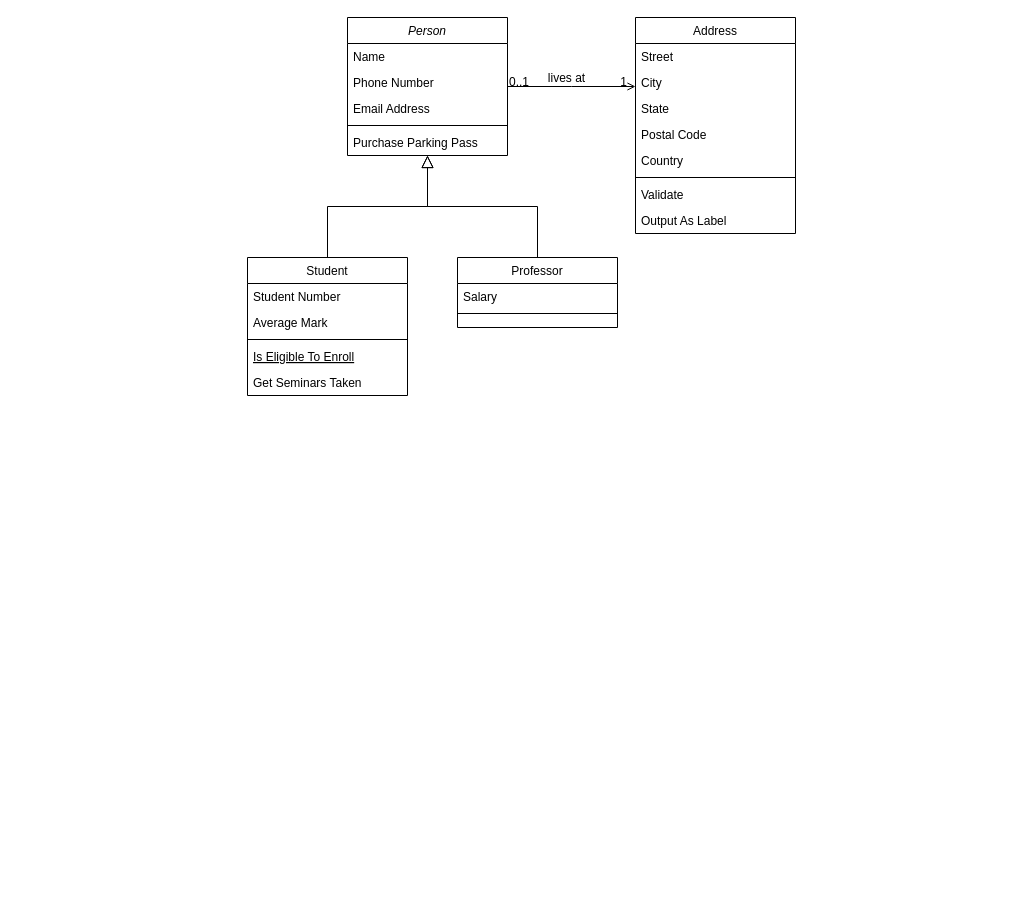
Earlier version of the draw.io diagram Diagramme sans nom.drawio (ThibaultMariePro/GMST-TODO). Source tidied: cells renumbered, new cells numbered last; positions are measured from the earlier drawing's top-left corner, leaving out a move shared by most shapes. Both pictures are drawn from the tidied source at 100%, with x=0, y=0 at pixel (247, 17).
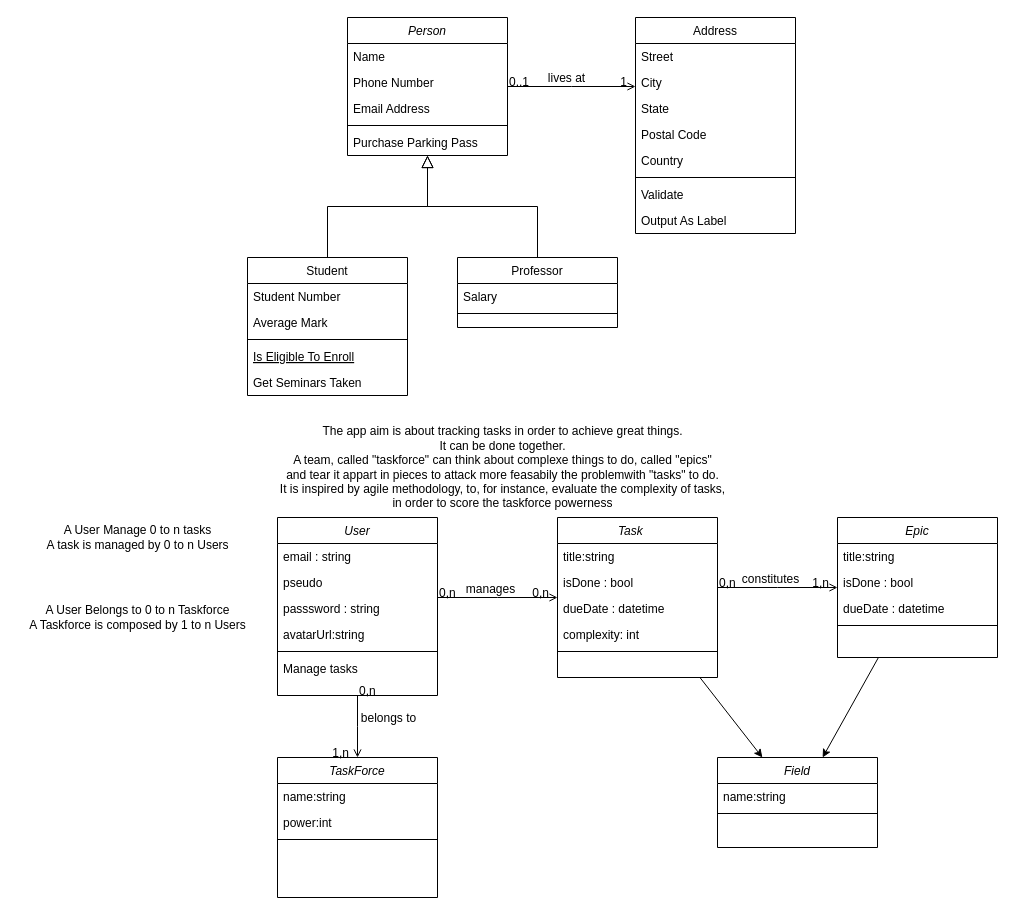
The same diagram, later.

What changed in the source:
```diff
@@
+    <mxCell id="32" value="User" style="swimlane;fontStyle=2;align=center;verticalAlign=top;horizontal=1;startSize=26;rounded=0;shadow=0;strokeWidth=1;" parent="1" vertex="1">
+      <mxGeometry x="30" y="500" width="160" height="178" as="geometry" />
+    </mxCell>
+    <mxCell id="33" value="email : string" style="text;align=left;verticalAlign=top;spacingLeft=4;spacingRight=4;overflow=hidden;" parent="32" vertex="1">
+      <mxGeometry y="26" width="160" height="26" as="geometry" />
+    </mxCell>
+    <mxCell id="34" value="pseudo" style="text;align=left;verticalAlign=top;spacingLeft=4;spacingRight=4;overflow=hidden;rounded=0;shadow=0;html=0;" parent="32" vertex="1">
+      <mxGeometry y="52" width="160" height="26" as="geometry" />
+    </mxCell>
+    <mxCell id="35" value="passsword : string" style="text;align=left;verticalAlign=top;spacingLeft=4;spacingRight=4;overflow=hidden;rounded=0;shadow=0;html=0;" parent="32" vertex="1">
+      <mxGeometry y="78" width="160" height="26" as="geometry" />
+    </mxCell>
+    <mxCell id="36" value="avatarUrl:string" style="text;align=left;verticalAlign=top;spacingLeft=4;spacingRight=4;overflow=hidden;rounded=0;shadow=0;html=0;" parent="32" vertex="1">
+      <mxGeometry y="104" width="160" height="26" as="geometry" />
+    </mxCell>
+    <mxCell id="37" style="line;html=1;strokeWidth=1;align=left;verticalAlign=middle;spacingTop=-1;spacingLeft=3;spacingRight=3;labelPosition=right;" parent="32" vertex="1">
+      <mxGeometry y="130" width="160" height="8" as="geometry" />
+    </mxCell>
+    <mxCell id="38" value="Manage tasks" style="text;align=left;verticalAlign=top;spacingLeft=4;spacingRight=4;overflow=hidden;" parent="32" vertex="1">
+      <mxGeometry y="138" width="160" height="26" as="geometry" />
+    </mxCell>
+    <mxCell id="39" value="Task    " style="swimlane;fontStyle=2;align=center;verticalAlign=top;horizontal=1;startSize=26;rounded=0;shadow=0;strokeWidth=1;" parent="1" vertex="1">
+      <mxGeometry x="310" y="500" width="160" height="160" as="geometry" />
+    </mxCell>
+    <mxCell id="40" value="title:string        " style="text;align=left;verticalAlign=top;spacingLeft=4;spacingRight=4;overflow=hidden;" parent="39" vertex="1">
+      <mxGeometry y="26" width="160" height="26" as="geometry" />
+    </mxCell>
+    <mxCell id="41" value="isDone : bool" style="text;align=left;verticalAlign=top;spacingLeft=4;spacingRight=4;overflow=hidden;rounded=0;shadow=0;html=0;" parent="39" vertex="1">
+      <mxGeometry y="52" width="160" height="26" as="geometry" />
+    </mxCell>
+    <mxCell id="42" value="dueDate : datetime" style="text;align=left;verticalAlign=top;spacingLeft=4;spacingRight=4;overflow=hidden;rounded=0;shadow=0;html=0;" parent="39" vertex="1">
+      <mxGeometry y="78" width="160" height="26" as="geometry" />
+    </mxCell>
+    <mxCell id="43" value="complexity: int" style="text;align=left;verticalAlign=top;spacingLeft=4;spacingRight=4;overflow=hidden;rounded=0;shadow=0;html=0;" parent="39" vertex="1">
+      <mxGeometry y="104" width="160" height="26" as="geometry" />
+    </mxCell>
+    <mxCell id="44" style="line;html=1;strokeWidth=1;align=left;verticalAlign=middle;spacingTop=-1;spacingLeft=3;spacingRight=3;labelPosition=right;" parent="39" vertex="1">
+      <mxGeometry y="130" width="160" height="8" as="geometry" />
+    </mxCell>
+    <mxCell id="45" style="endArrow=open;shadow=0;strokeWidth=1;rounded=0;endFill=1;edgeStyle=elbowEdgeStyle;elbow=vertical;" parent="1" edge="1" source="32" target="39">
+      <mxGeometry x="0.5" y="41" relative="1" as="geometry">
+        <mxPoint x="-40" y="32" as="offset" />
+      </mxGeometry>
+    </mxCell>
+    <mxCell id="46" value="0,n" style="align=left;verticalAlign=bottom;labelBackgroundColor=none;fontSize=12;" parent="45" vertex="1">
+      <mxGeometry x="-1" relative="1" as="geometry">
+        <mxPoint y="4" as="offset" />
+      </mxGeometry>
+    </mxCell>
+    <mxCell id="47" value="0,n" style="align=right;verticalAlign=bottom;labelBackgroundColor=none;fontSize=12;" parent="45" vertex="1">
+      <mxGeometry x="1" relative="1" as="geometry">
+        <mxPoint x="-7" y="4" as="offset" />
+      </mxGeometry>
+    </mxCell>
+    <mxCell id="48" value="manages" style="text;html=1;align=center;verticalAlign=middle;labelBackgroundColor=none;rounded=0;shadow=0;strokeWidth=1;fontSize=12;" parent="45" vertex="1">
+      <mxGeometry x="0.5" y="49" relative="1" as="geometry">
+        <mxPoint x="-38" y="40" as="offset" />
+      </mxGeometry>
+    </mxCell>
+    <mxCell id="49" value="TaskForce" style="swimlane;fontStyle=2;align=center;verticalAlign=top;horizontal=1;startSize=26;rounded=0;shadow=0;strokeWidth=1;" parent="1" vertex="1">
+      <mxGeometry x="30" y="740" width="160" height="140" as="geometry" />
+    </mxCell>
+    <mxCell id="50" value="name:string" style="text;align=left;verticalAlign=top;spacingLeft=4;spacingRight=4;overflow=hidden;" parent="49" vertex="1">
+      <mxGeometry y="26" width="160" height="26" as="geometry" />
+    </mxCell>
+    <mxCell id="51" value="power:int" style="text;align=left;verticalAlign=top;spacingLeft=4;spacingRight=4;overflow=hidden;rounded=0;shadow=0;html=0;" parent="49" vertex="1">
+      <mxGeometry y="52" width="160" height="26" as="geometry" />
+    </mxCell>
+    <mxCell id="52" style="line;html=1;strokeWidth=1;align=left;verticalAlign=middle;spacingTop=-1;spacingLeft=3;spacingRight=3;labelPosition=right;" parent="49" vertex="1">
+      <mxGeometry y="78" width="160" height="8" as="geometry" />
+    </mxCell>
+    <mxCell id="53" style="endArrow=open;shadow=0;strokeWidth=1;rounded=0;endFill=1;edgeStyle=elbowEdgeStyle;elbow=vertical;" parent="1" edge="1" source="32" target="49">
+      <mxGeometry x="0.5" y="41" relative="1" as="geometry">
+        <mxPoint x="-40" y="32" as="offset" />
+      </mxGeometry>
+    </mxCell>
+    <mxCell id="54" value="0,n" style="align=left;verticalAlign=bottom;labelBackgroundColor=none;fontSize=12;" parent="53" vertex="1">
+      <mxGeometry x="-1" relative="1" as="geometry">
+        <mxPoint y="4" as="offset" />
+      </mxGeometry>
+    </mxCell>
+    <mxCell id="55" value="1,n" style="align=right;verticalAlign=bottom;labelBackgroundColor=none;fontSize=12;" parent="53" vertex="1">
+      <mxGeometry x="1" relative="1" as="geometry">
+        <mxPoint x="-7" y="4" as="offset" />
+      </mxGeometry>
+    </mxCell>
+    <mxCell id="56" value="belongs to" style="text;html=1;align=center;verticalAlign=middle;labelBackgroundColor=none;rounded=0;shadow=0;strokeWidth=1;fontSize=12;" parent="53" vertex="1">
+      <mxGeometry x="0.5" y="49" relative="1" as="geometry">
+        <mxPoint x="-19" y="-25" as="offset" />
+      </mxGeometry>
+    </mxCell>
+    <mxCell id="57" value="&lt;div&gt;The app aim is about tracking tasks in order to achieve great things.&lt;/div&gt;&lt;div&gt;It can be done together.&lt;br&gt;A team, called &quot;taskforce&quot; can think about complexe things to do, called &quot;epics&quot;&lt;br&gt;&lt;/div&gt;&lt;div&gt;and tear it appart in pieces to attack more feasabily the problemwith &quot;tasks&quot; to do.&lt;/div&gt;&lt;div&gt;It is inspired by agile methodology, to, for instance, evaluate the complexity of tasks, &lt;br&gt;&lt;/div&gt;&lt;div&gt;in order to score the taskforce powerness&lt;br&gt;&lt;/div&gt;" style="text;html=1;align=center;verticalAlign=middle;strokeColor=none;fillColor=none;" parent="1" vertex="1">
+      <mxGeometry x="30" y="400" width="450" height="100" as="geometry" />
+    </mxCell>
+    <mxCell id="58" value="Epic" style="swimlane;fontStyle=2;align=center;verticalAlign=top;horizontal=1;startSize=26;rounded=0;shadow=0;strokeWidth=1;" parent="1" vertex="1">
+      <mxGeometry x="590" y="500" width="160" height="140" as="geometry" />
+    </mxCell>
+    <mxCell id="59" value="title:string        " style="text;align=left;verticalAlign=top;spacingLeft=4;spacingRight=4;overflow=hidden;" parent="58" vertex="1">
+      <mxGeometry y="26" width="160" height="26" as="geometry" />
+    </mxCell>
+    <mxCell id="60" value="isDone : bool" style="text;align=left;verticalAlign=top;spacingLeft=4;spacingRight=4;overflow=hidden;rounded=0;shadow=0;html=0;" parent="58" vertex="1">
+      <mxGeometry y="52" width="160" height="26" as="geometry" />
+    </mxCell>
+    <mxCell id="61" value="dueDate : datetime" style="text;align=left;verticalAlign=top;spacingLeft=4;spacingRight=4;overflow=hidden;rounded=0;shadow=0;html=0;" parent="58" vertex="1">
+      <mxGeometry y="78" width="160" height="26" as="geometry" />
+    </mxCell>
+    <mxCell id="62" style="line;html=1;strokeWidth=1;align=left;verticalAlign=middle;spacingTop=-1;spacingLeft=3;spacingRight=3;labelPosition=right;" parent="58" vertex="1">
+      <mxGeometry y="104" width="160" height="8" as="geometry" />
+    </mxCell>
+    <mxCell id="63" style="endArrow=open;shadow=0;strokeWidth=1;rounded=0;endFill=1;edgeStyle=elbowEdgeStyle;elbow=vertical;" parent="1" edge="1" source="39" target="58">
+      <mxGeometry x="0.5" y="41" relative="1" as="geometry">
+        <mxPoint x="-40" y="32" as="offset" />
+      </mxGeometry>
+    </mxCell>
+    <mxCell id="64" value="0,n" style="align=left;verticalAlign=bottom;labelBackgroundColor=none;fontSize=12;" parent="63" vertex="1">
+      <mxGeometry x="-1" relative="1" as="geometry">
+        <mxPoint y="4" as="offset" />
+      </mxGeometry>
+    </mxCell>
+    <mxCell id="65" value="1,n" style="align=right;verticalAlign=bottom;labelBackgroundColor=none;fontSize=12;" parent="63" vertex="1">
+      <mxGeometry x="1" relative="1" as="geometry">
+        <mxPoint x="-7" y="4" as="offset" />
+      </mxGeometry>
+    </mxCell>
+    <mxCell id="66" value="constitutes" style="text;html=1;align=center;verticalAlign=middle;labelBackgroundColor=none;rounded=0;shadow=0;strokeWidth=1;fontSize=12;" parent="63" vertex="1">
+      <mxGeometry x="0.5" y="49" relative="1" as="geometry">
+        <mxPoint x="-38" y="40" as="offset" />
+      </mxGeometry>
+    </mxCell>
+    <mxCell id="67" value="&lt;div&gt;A User Manage 0 to n tasks&lt;/div&gt;&lt;div&gt;A task is managed by 0 to n Users&lt;br&gt;&lt;/div&gt;" style="text;html=1;align=center;verticalAlign=middle;strokeColor=none;fillColor=none;" parent="1" vertex="1">
+      <mxGeometry x="-210" y="500" width="200" height="40" as="geometry" />
+    </mxCell>
+    <mxCell id="68" value="&lt;div&gt;A User Belongs to 0 to n Taskforce&lt;/div&gt;&lt;div&gt;A Taskforce is composed by 1 to n Users&lt;br&gt;&lt;/div&gt;" style="text;html=1;align=center;verticalAlign=middle;strokeColor=none;fillColor=none;" parent="1" vertex="1">
+      <mxGeometry x="-230" y="580" width="240" height="40" as="geometry" />
+    </mxCell>
+    <mxCell id="69" value="Field" style="swimlane;fontStyle=2;align=center;verticalAlign=top;horizontal=1;startSize=26;rounded=0;shadow=0;strokeWidth=1;" parent="1" vertex="1">
+      <mxGeometry x="470" y="740" width="160" height="90" as="geometry" />
+    </mxCell>
+    <mxCell id="70" value="name:string" style="text;align=left;verticalAlign=top;spacingLeft=4;spacingRight=4;overflow=hidden;" parent="69" vertex="1">
+      <mxGeometry y="26" width="160" height="26" as="geometry" />
+    </mxCell>
+    <mxCell id="71" style="line;html=1;strokeWidth=1;align=left;verticalAlign=middle;spacingTop=-1;spacingLeft=3;spacingRight=3;labelPosition=right;" parent="69" vertex="1">
+      <mxGeometry y="52" width="160" height="8" as="geometry" />
+    </mxCell>
+    <mxCell id="72" style="endArrow=classic;html=1;rounded=0;" parent="1" edge="1" source="58" target="69">
+      <mxGeometry relative="1" as="geometry" />
+    </mxCell>
+    <mxCell id="73" style="endArrow=classic;html=1;rounded=0;" parent="1" edge="1" source="39" target="69">
+      <mxGeometry relative="1" as="geometry" />
+    </mxCell>
```
